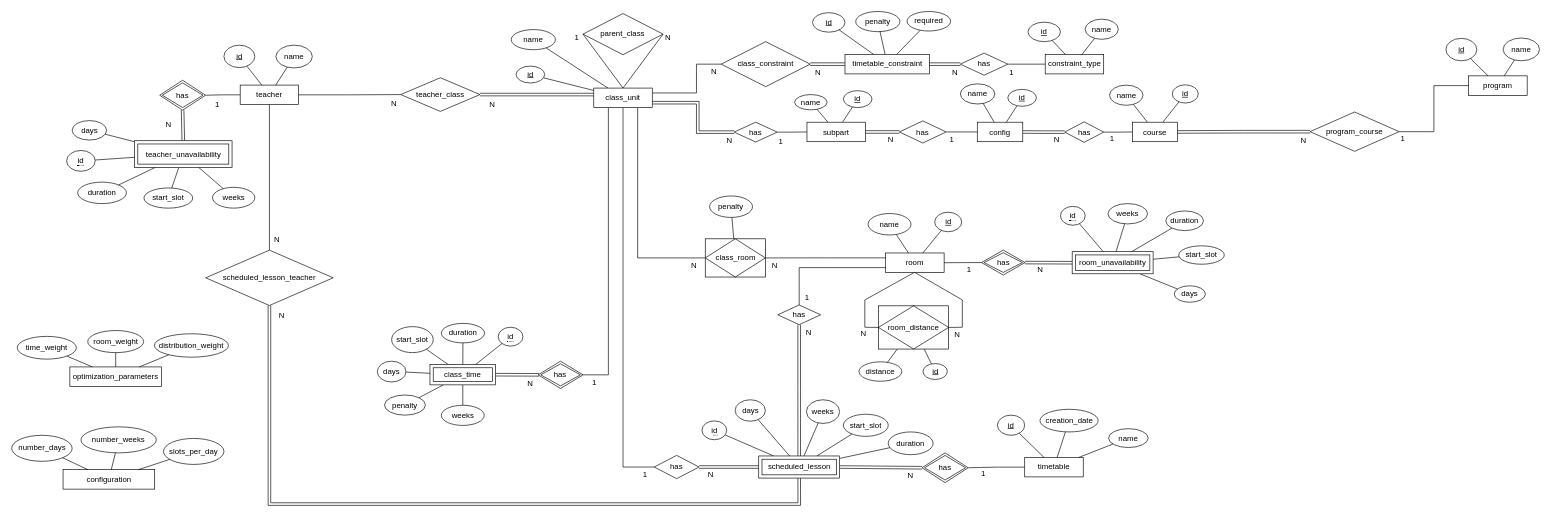
This is Tese/diagramas/base_dados_agendamento.drawio from RRamos19/Master-Thesis, a draw.io file, before an edit. Source tidied: cells renumbered, new cells numbered last; positions are measured from the earlier drawing's top-left corner, leaving out a move shared by most shapes. Both pictures are drawn from the tidied source at 65%, with x=0, y=0 at pixel (12, 11).
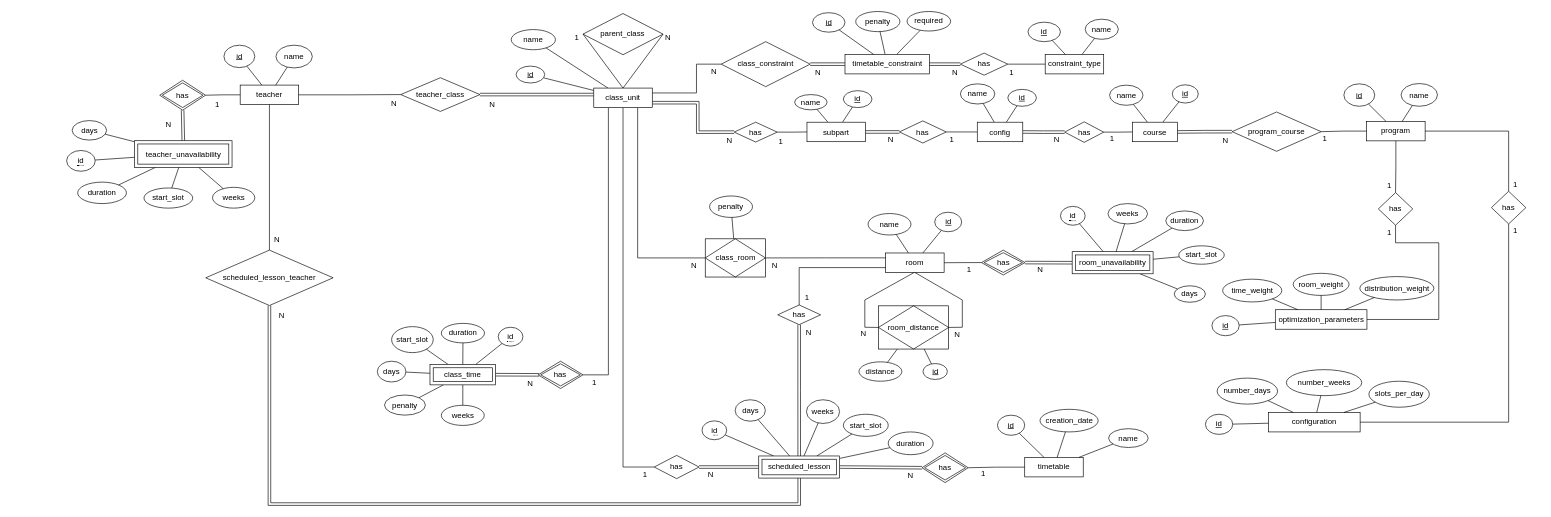
After the change.

What changed in the source:
```diff
@@
     <mxCell id="61" value="optimization_parameters" style="rounded=0;whiteSpace=wrap;html=1;" parent="1" vertex="1">
-      <mxGeometry x="89" y="547" width="141" height="30" as="geometry" />
+      <mxGeometry x="1943.5" y="459" width="141" height="30" as="geometry" />
     </mxCell>
     <mxCell id="62" value="time_weight" style="ellipse;whiteSpace=wrap;html=1;" parent="1" vertex="1">
-      <mxGeometry x="8" y="500" width="91" height="35" as="geometry" />
+      <mxGeometry x="1862.5" y="412" width="91" height="35" as="geometry" />
     </mxCell>
@@
     <mxCell id="64" value="room_weight" style="ellipse;whiteSpace=wrap;html=1;" parent="1" vertex="1">
-      <mxGeometry x="116.5" y="491" width="86" height="34" as="geometry" />
+      <mxGeometry x="1971" y="403" width="86" height="34" as="geometry" />
     </mxCell>
     <mxCell id="65" value="distribution_weight" style="ellipse;whiteSpace=wrap;html=1;" parent="1" vertex="1">
-      <mxGeometry x="219" y="496" width="114" height="36" as="geometry" />
+      <mxGeometry x="2073.5" y="408" width="114" height="36" as="geometry" />
     </mxCell>
@@
     <mxCell id="72" value="configuration" style="rounded=0;whiteSpace=wrap;html=1;" parent="1" vertex="1">
-      <mxGeometry x="78.5" y="705" width="141" height="30" as="geometry" />
+      <mxGeometry x="1933" y="617" width="141" height="30" as="geometry" />
     </mxCell>
     <mxCell id="73" value="slots_per_day" style="ellipse;whiteSpace=wrap;html=1;" parent="1" vertex="1">
-      <mxGeometry x="233" y="657" width="93" height="40" as="geometry" />
+      <mxGeometry x="2087.5" y="569" width="93" height="40" as="geometry" />
     </mxCell>
@@
     <mxCell id="78" value="number_days" style="ellipse;whiteSpace=wrap;html=1;" parent="1" vertex="1">
-      <mxGeometry x="-0.5" y="652.2" width="93" height="40" as="geometry" />
+      <mxGeometry x="1854" y="564.2" width="93" height="40" as="geometry" />
     </mxCell>
@@
     <mxCell id="80" value="number_weeks" style="ellipse;whiteSpace=wrap;html=1;" parent="1" vertex="1">
-      <mxGeometry x="106" y="639.2" width="116" height="40" as="geometry" />
+      <mxGeometry x="1960.5" y="551.2" width="116" height="40" as="geometry" />
     </mxCell>
@@
     <mxCell id="185" value="program" style="rounded=0;whiteSpace=wrap;html=1;" parent="1" vertex="1">
-      <mxGeometry x="2241" y="99.2" width="90" height="30" as="geometry" />
+      <mxGeometry x="2084" y="169.2" width="90" height="30" as="geometry" />
     </mxCell>
     <mxCell id="186" value="program_course" style="shape=rhombus;perimeter=rhombusPerimeter;whiteSpace=wrap;html=1;align=center;" parent="1" vertex="1">
-      <mxGeometry x="1997" y="154.8" width="137" height="60.5" as="geometry" />
+      <mxGeometry x="1877" y="154.8" width="137" height="60.5" as="geometry" />
     </mxCell>
@@
     <mxCell id="188" value="N" style="text;html=1;align=center;verticalAlign=middle;whiteSpace=wrap;rounded=0;" parent="1" vertex="1">
-      <mxGeometry x="1977" y="187.5" width="20" height="22" as="geometry" />
+      <mxGeometry x="1857" y="187.5" width="20" height="22" as="geometry" />
     </mxCell>
     <mxCell id="189" value="1" style="text;html=1;align=center;verticalAlign=middle;whiteSpace=wrap;rounded=0;" parent="1" vertex="1">
-      <mxGeometry x="2130" y="184.5" width="20" height="22" as="geometry" />
+      <mxGeometry x="2010" y="184.5" width="20" height="22" as="geometry" />
     </mxCell>
     <mxCell id="190" value="name" style="ellipse;whiteSpace=wrap;html=1;" parent="1" vertex="1">
-      <mxGeometry x="2294" y="41" width="56" height="35" as="geometry" />
+      <mxGeometry x="2137" y="111" width="56" height="35" as="geometry" />
     </mxCell>
     <mxCell id="191" value="&lt;u&gt;id&lt;/u&gt;" style="ellipse;whiteSpace=wrap;html=1;" parent="1" vertex="1">
-      <mxGeometry x="2206" y="41.5" width="47.5" height="34.5" as="geometry" />
+      <mxGeometry x="2049" y="111.5" width="47.5" height="34.5" as="geometry" />
     </mxCell>
@@
+    <mxCell id="207" value="&lt;u&gt;id&lt;/u&gt;" style="ellipse;whiteSpace=wrap;html=1;" parent="1" vertex="1">
+      <mxGeometry x="1836" y="619.8" width="42" height="31" as="geometry" />
+    </mxCell>
+    <mxCell id="208" value="&lt;u&gt;id&lt;/u&gt;" style="ellipse;whiteSpace=wrap;html=1;" parent="1" vertex="1">
+      <mxGeometry x="1846" y="468" width="42" height="31" as="geometry" />
+    </mxCell>
+    <mxCell id="209" style="endArrow=none;html=1;rounded=0;" parent="1" edge="1" source="208" target="61">
+      <mxGeometry relative="1" as="geometry" />
+    </mxCell>
+    <mxCell id="210" style="endArrow=none;html=1;rounded=0;" parent="1" edge="1" source="207" target="72">
+      <mxGeometry relative="1" as="geometry" />
+    </mxCell>
+    <mxCell id="211" value="has" style="shape=rhombus;perimeter=rhombusPerimeter;whiteSpace=wrap;html=1;align=center;" parent="1" vertex="1">
+      <mxGeometry x="2102" y="278.8" width="53" height="50.2" as="geometry" />
+    </mxCell>
+    <mxCell id="212" value="has" style="shape=rhombus;perimeter=rhombusPerimeter;whiteSpace=wrap;html=1;align=center;" parent="1" vertex="1">
+      <mxGeometry x="2276" y="276.8" width="53" height="50.2" as="geometry" />
+    </mxCell>
+    <mxCell id="213" style="edgeStyle=orthogonalEdgeStyle;rounded=0;jettySize=auto;html=1;endArrow=none;startFill=0;entryX=0.5;entryY=0;entryDx=0;entryDy=0;exitX=0.5;exitY=1;exitDx=0;exitDy=0;" parent="1" edge="1" source="185" target="211">
+      <mxGeometry relative="1" as="geometry" />
+    </mxCell>
+    <mxCell id="214" style="edgeStyle=orthogonalEdgeStyle;rounded=0;jettySize=auto;html=1;endArrow=none;startFill=0;entryX=0.5;entryY=0;entryDx=0;entryDy=0;exitX=1;exitY=0.5;exitDx=0;exitDy=0;" parent="1" edge="1" source="185" target="212">
+      <mxGeometry relative="1" as="geometry" />
+    </mxCell>
+    <mxCell id="215" style="edgeStyle=orthogonalEdgeStyle;rounded=0;jettySize=auto;html=1;endArrow=none;startFill=0;entryX=1;entryY=0.5;entryDx=0;entryDy=0;exitX=0.5;exitY=1;exitDx=0;exitDy=0;" parent="1" edge="1" source="211" target="61">
+      <mxGeometry relative="1" as="geometry">
+        <Array as="points">
+          <mxPoint x="2129" y="356" />
+          <mxPoint x="2195" y="356" />
+          <mxPoint x="2195" y="474" />
+        </Array>
+      </mxGeometry>
+    </mxCell>
+    <mxCell id="216" style="edgeStyle=orthogonalEdgeStyle;rounded=0;jettySize=auto;html=1;endArrow=none;startFill=0;entryX=1;entryY=0.5;entryDx=0;entryDy=0;exitX=0.5;exitY=1;exitDx=0;exitDy=0;" parent="1" edge="1" source="212" target="72">
+      <mxGeometry relative="1" as="geometry" />
+    </mxCell>
+    <mxCell id="217" value="1" style="text;html=1;align=center;verticalAlign=middle;whiteSpace=wrap;rounded=0;" parent="1" vertex="1">
+      <mxGeometry x="2108.5" y="329" width="20" height="22" as="geometry" />
+    </mxCell>
+    <mxCell id="218" value="1" style="text;html=1;align=center;verticalAlign=middle;whiteSpace=wrap;rounded=0;" parent="1" vertex="1">
+      <mxGeometry x="2108.5" y="256.8" width="20" height="22" as="geometry" />
+    </mxCell>
+    <mxCell id="219" value="1" style="text;html=1;align=center;verticalAlign=middle;whiteSpace=wrap;rounded=0;" parent="1" vertex="1">
+      <mxGeometry x="2303" y="254.8" width="20" height="22" as="geometry" />
+    </mxCell>
+    <mxCell id="220" value="1" style="text;html=1;align=center;verticalAlign=middle;whiteSpace=wrap;rounded=0;" parent="1" vertex="1">
+      <mxGeometry x="2303" y="327" width="20" height="22" as="geometry" />
+    </mxCell>
```
